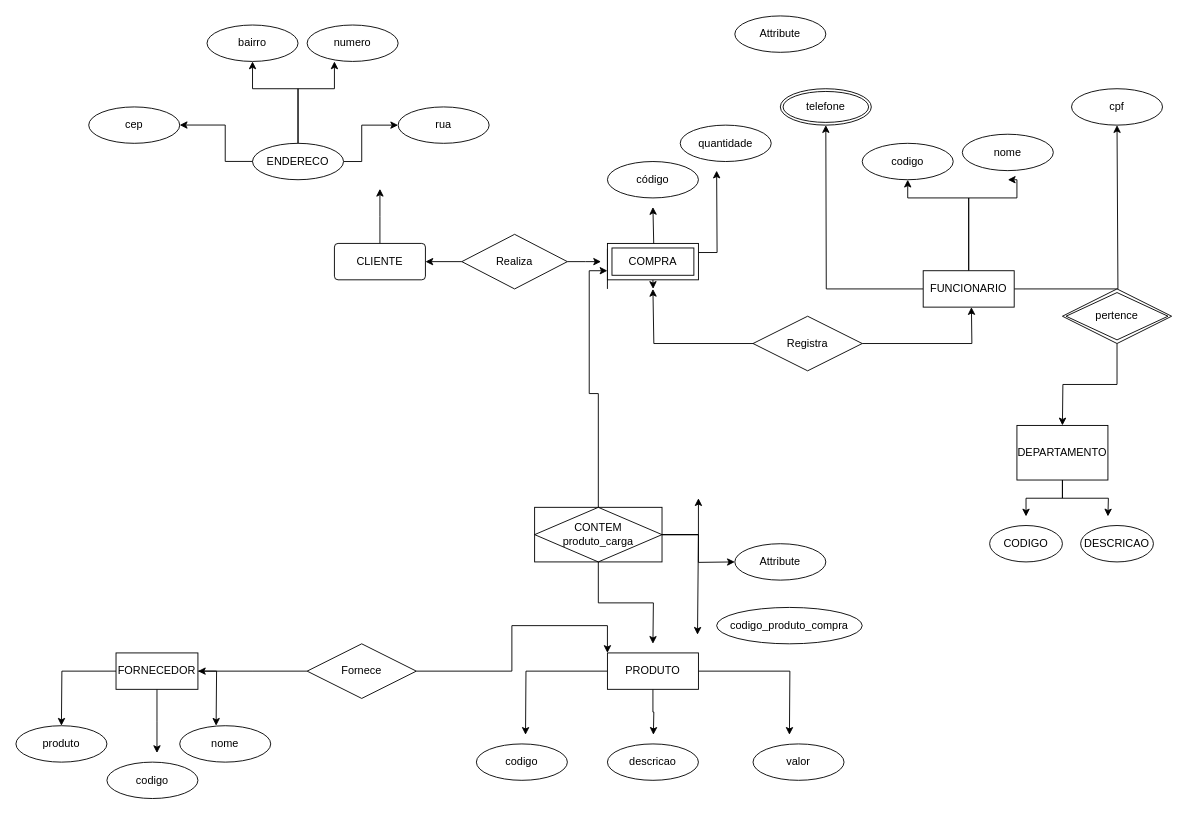
Above: Diagrama sem nome.drawio in nickkj42/Aprendizagem-Profissional-de-Qualifica-o-em-Desenvolvimento-de-Sotwaresl (draw.io), before the change. Source tidied: cells renumbered, new cells numbered last; positions are measured from the earlier drawing's top-left corner, leaving out a move shared by most shapes. Both pictures are drawn from the tidied source at 91%, with x=0, y=0 at pixel (15, 15).
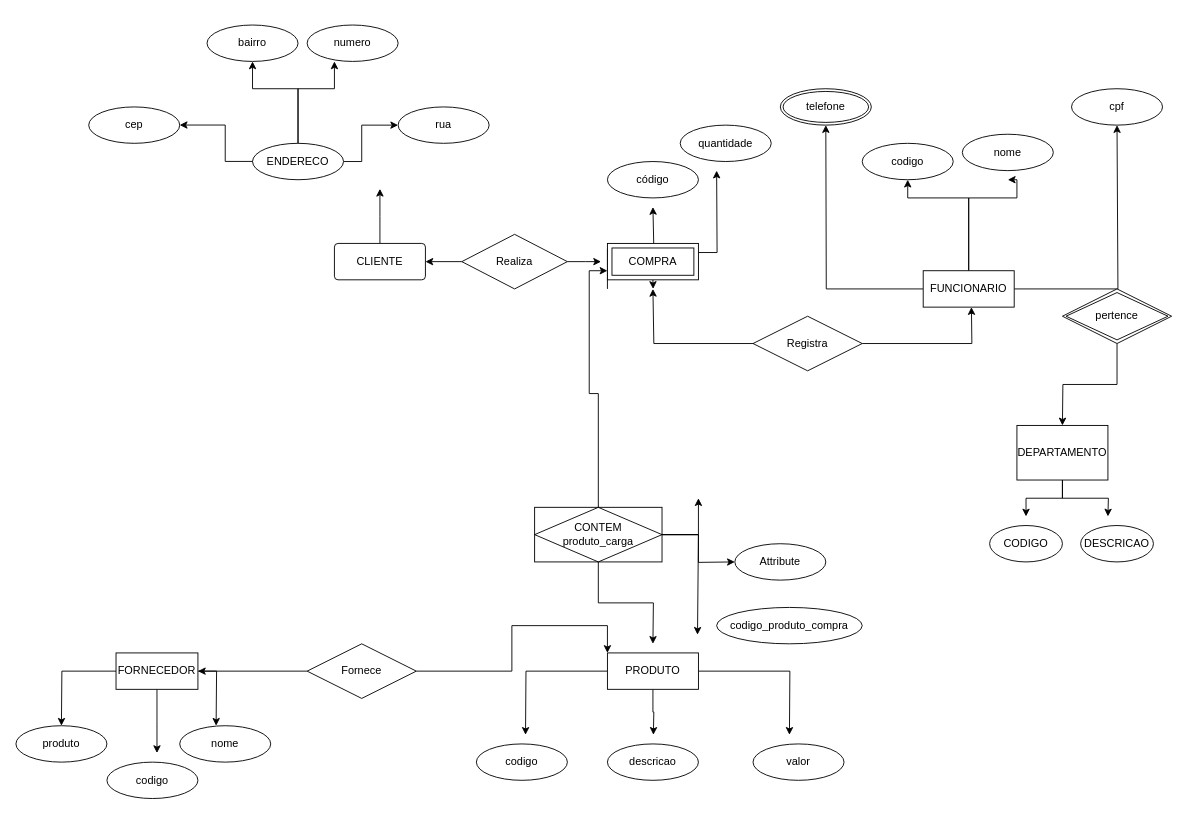
The same page after the edit.

The edit, as a diff of the source:
```diff
@@
-    <mxCell id="36" value="Attribute" style="ellipse;whiteSpace=wrap;html=1;align=center;" parent="1" vertex="1">
-      <mxGeometry x="790" width="100" height="40" as="geometry" />
-    </mxCell>
```
